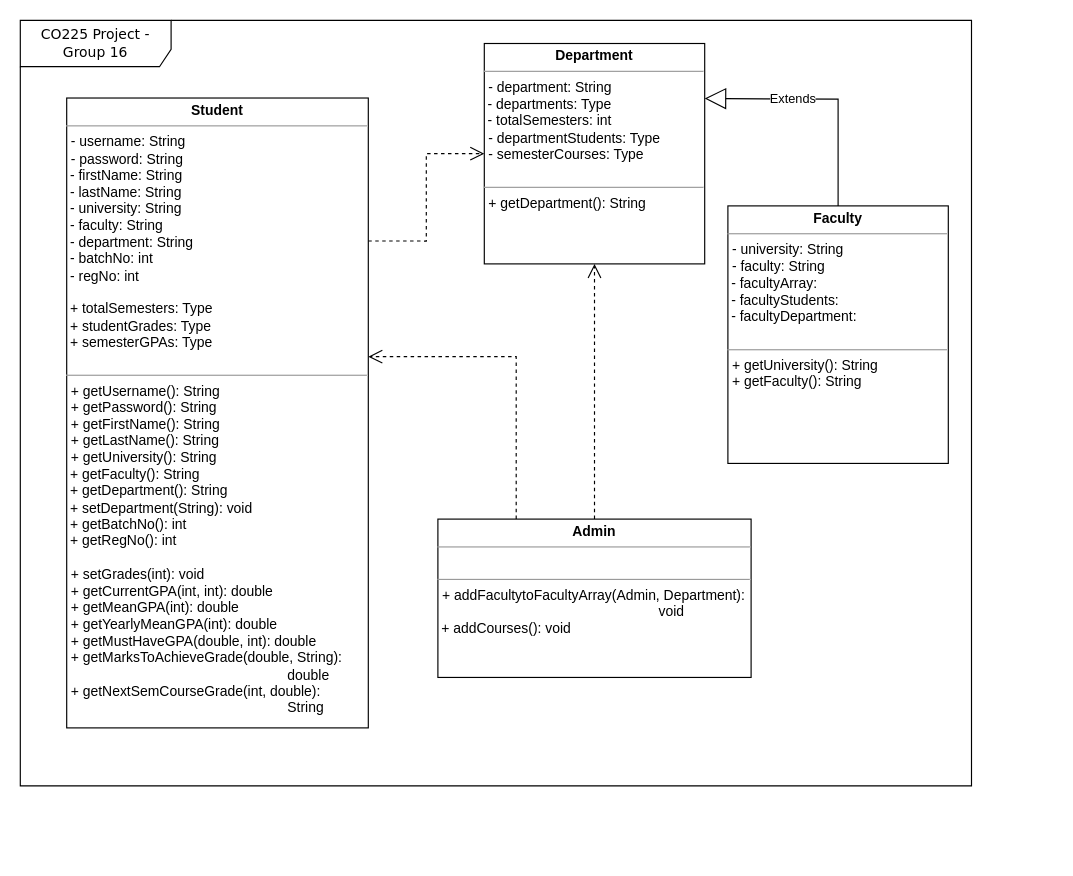
Before: CO225 UML Diagram.drawio in NipunDharmarathne/co225-project-group16, a draw.io diagram. Source tidied: cells renumbered, new cells numbered last; positions are measured from the earlier drawing's top-left corner, leaving out a move shared by most shapes. Both pictures are drawn from the tidied source at 116%, with x=0, y=0 at pixel (20, 20).
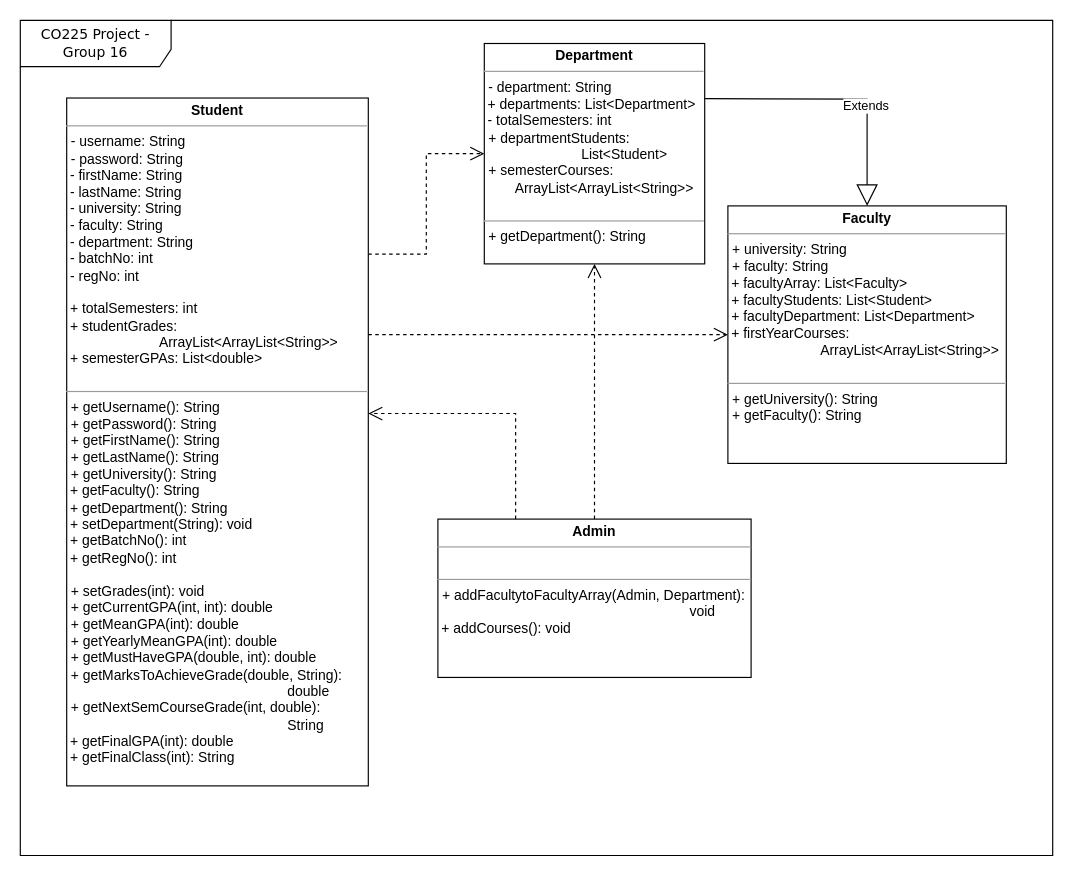
The same page after the edit.

Diff of the diagram source:
```diff
@@
     <mxCell id="2" value="&lt;font style=&quot;font-size: 12px&quot;&gt;CO225 Project - Group 16&lt;/font&gt;" style="shape=umlFrame;whiteSpace=wrap;html=1;rounded=0;shadow=0;comic=0;labelBackgroundColor=none;strokeWidth=1;fontFamily=Verdana;fontSize=10;align=center;width=130;height=40;" parent="1" vertex="1">
-      <mxGeometry width="820" height="660" as="geometry" />
+      <mxGeometry width="890" height="720" as="geometry" />
     </mxCell>
@@
-    <mxCell id="7" value="&lt;p style=&quot;margin: 0px ; margin-top: 4px ; text-align: center&quot;&gt;&lt;b&gt;Faculty&lt;/b&gt;&lt;/p&gt;&lt;hr size=&quot;1&quot;&gt;&lt;p style=&quot;margin: 0px ; margin-left: 4px&quot;&gt;- university: String&lt;br&gt;- faculty: String&lt;/p&gt;&amp;nbsp;- facultyArray:&amp;nbsp;&lt;br&gt;&amp;nbsp;- facultyStudents:&lt;br&gt;&amp;nbsp;- facultyDepartment:&amp;nbsp;&lt;br&gt;&lt;br&gt;&lt;hr size=&quot;1&quot;&gt;&lt;p style=&quot;margin: 0px ; margin-left: 4px&quot;&gt;+ getUniversity(): String&lt;br&gt;+ getFaculty(): String&lt;/p&gt;" style="verticalAlign=top;align=left;overflow=fill;fontSize=12;fontFamily=Helvetica;html=1;rounded=0;shadow=0;comic=0;labelBackgroundColor=none;strokeWidth=1;" parent="1" vertex="1">
-      <mxGeometry x="610" y="160" width="190" height="222" as="geometry" />
+    <mxCell id="7" value="&lt;p style=&quot;margin: 0px ; margin-top: 4px ; text-align: center&quot;&gt;&lt;b&gt;Faculty&lt;/b&gt;&lt;/p&gt;&lt;hr size=&quot;1&quot;&gt;&lt;p style=&quot;margin: 0px ; margin-left: 4px&quot;&gt;+ university: String&lt;br&gt;+ faculty: String&lt;/p&gt;&amp;nbsp;+ facultyArray:&amp;nbsp;List&amp;lt;Faculty&amp;gt;&lt;br&gt;&amp;nbsp;+ facultyStudents:&amp;nbsp;List&amp;lt;Student&amp;gt;&lt;br&gt;&amp;nbsp;+ facultyDepartment:&amp;nbsp;List&amp;lt;Department&amp;gt;&lt;br&gt;&amp;nbsp;+ firstYearCourses:&lt;br&gt;&lt;span style=&quot;white-space: pre&quot;&gt;&#9;&lt;/span&gt;&lt;span style=&quot;white-space: pre&quot;&gt;&#9;&lt;/span&gt;&lt;span style=&quot;white-space: pre&quot;&gt;&#9;&lt;/span&gt;ArrayList&amp;lt;ArrayList&amp;lt;String&amp;gt;&amp;gt;&lt;br&gt;&lt;br&gt;&lt;hr size=&quot;1&quot;&gt;&lt;p style=&quot;margin: 0px ; margin-left: 4px&quot;&gt;+ getUniversity(): String&lt;br&gt;+ getFaculty(): String&lt;/p&gt;" style="verticalAlign=top;align=left;overflow=fill;fontSize=12;fontFamily=Helvetica;html=1;rounded=0;shadow=0;comic=0;labelBackgroundColor=none;strokeWidth=1;" parent="1" vertex="1">
+      <mxGeometry x="610" y="160" width="240" height="222" as="geometry" />
     </mxCell>
@@
-    <mxCell id="9" value="&lt;p style=&quot;margin: 0px ; margin-top: 4px ; text-align: center&quot;&gt;&lt;b&gt;Department&lt;/b&gt;&lt;/p&gt;&lt;hr size=&quot;1&quot;&gt;&lt;p style=&quot;margin: 0px ; margin-left: 4px&quot;&gt;- department: String&lt;/p&gt;&amp;nbsp;- departments: Type&lt;br&gt;&amp;nbsp;- totalSemesters: int&lt;p style=&quot;margin: 0px ; margin-left: 4px&quot;&gt;- departmentStudents: Type&lt;br&gt;- semesterCourses: Type&lt;/p&gt;&lt;p style=&quot;margin: 0px ; margin-left: 4px&quot;&gt;&lt;br&gt;&lt;/p&gt;&lt;hr size=&quot;1&quot;&gt;&lt;p style=&quot;margin: 0px ; margin-left: 4px&quot;&gt;+ getDepartment(): String&lt;/p&gt;&lt;p style=&quot;margin: 0px ; margin-left: 4px&quot;&gt;&lt;br&gt;&lt;/p&gt;" style="verticalAlign=top;align=left;overflow=fill;fontSize=12;fontFamily=Helvetica;html=1;rounded=0;shadow=0;comic=0;labelBackgroundColor=none;strokeWidth=1;" parent="1" vertex="1">
+    <mxCell id="9" value="&lt;p style=&quot;margin: 0px ; margin-top: 4px ; text-align: center&quot;&gt;&lt;b&gt;Department&lt;/b&gt;&lt;/p&gt;&lt;hr size=&quot;1&quot;&gt;&lt;p style=&quot;margin: 0px ; margin-left: 4px&quot;&gt;- department: String&lt;/p&gt;&amp;nbsp;+ departments: List&amp;lt;Department&amp;gt;&lt;br&gt;&amp;nbsp;- totalSemesters: int&lt;p style=&quot;margin: 0px ; margin-left: 4px&quot;&gt;+ departmentStudents:&amp;nbsp;&lt;/p&gt;&lt;p style=&quot;margin: 0px ; margin-left: 4px&quot;&gt;&lt;span&gt;&#9;&lt;/span&gt;&lt;span&gt;&#9;&lt;/span&gt;&lt;span style=&quot;white-space: pre&quot;&gt;&#9;&lt;/span&gt;&lt;span style=&quot;white-space: pre&quot;&gt;&#9;&lt;/span&gt;&lt;span style=&quot;white-space: pre&quot;&gt;&#9;&lt;/span&gt;List&amp;lt;Student&amp;gt;&lt;br&gt;+ semesterCourses:&amp;nbsp;&lt;/p&gt;&lt;p style=&quot;margin: 0px ; margin-left: 4px&quot;&gt;&lt;/p&gt;&lt;span style=&quot;white-space: pre&quot;&gt;&#9;&lt;/span&gt;ArrayList&amp;lt;ArrayList&amp;lt;String&amp;gt;&amp;gt;&lt;p style=&quot;margin: 0px ; margin-left: 4px&quot;&gt;&lt;br&gt;&lt;/p&gt;&lt;hr size=&quot;1&quot;&gt;&lt;p style=&quot;margin: 0px ; margin-left: 4px&quot;&gt;+ getDepartment(): String&lt;/p&gt;&lt;p style=&quot;margin: 0px ; margin-left: 4px&quot;&gt;&lt;br&gt;&lt;/p&gt;" style="verticalAlign=top;align=left;overflow=fill;fontSize=12;fontFamily=Helvetica;html=1;rounded=0;shadow=0;comic=0;labelBackgroundColor=none;strokeWidth=1;" parent="1" vertex="1">
       <mxGeometry x="400" y="20" width="190" height="190" as="geometry" />
     </mxCell>
-    <mxCell id="10" value="&lt;p style=&quot;margin: 0px ; margin-top: 4px ; text-align: center&quot;&gt;&lt;b&gt;Student&lt;/b&gt;&lt;/p&gt;&lt;hr size=&quot;1&quot;&gt;&lt;p style=&quot;margin: 0px ; margin-left: 4px&quot;&gt;- username: String&lt;br&gt;- password: String&amp;nbsp;&lt;/p&gt;&amp;nbsp;- firstName: String&lt;br&gt;&amp;nbsp;- lastName: String&lt;br&gt;&amp;nbsp;- university: String&lt;br&gt;&amp;nbsp;- faculty: String&lt;br&gt;&amp;nbsp;- department: String&lt;br&gt;&amp;nbsp;- batchNo: int&lt;br&gt;&amp;nbsp;- regNo: int&lt;br&gt;&lt;br&gt;&amp;nbsp;+ totalSemesters: Type &lt;br&gt;&amp;nbsp;+ studentGrades: Type &lt;br&gt;&amp;nbsp;+ semesterGPAs: Type&lt;br&gt;&lt;br&gt;&lt;hr size=&quot;1&quot;&gt;&lt;p style=&quot;margin: 0px ; margin-left: 4px&quot;&gt;+ getUsername(): String&lt;/p&gt;&lt;p style=&quot;margin: 0px ; margin-left: 4px&quot;&gt;+ getPassword(): String&lt;br&gt;&lt;/p&gt;&lt;p style=&quot;margin: 0px ; margin-left: 4px&quot;&gt;+ getFirstName(): String&lt;br&gt;&lt;/p&gt;&lt;p style=&quot;margin: 0px ; margin-left: 4px&quot;&gt;+ getLastName(): String&lt;br&gt;&lt;/p&gt;&lt;p style=&quot;margin: 0px ; margin-left: 4px&quot;&gt;+ getUniversity(): String&lt;br&gt;&lt;/p&gt;&amp;nbsp;+ getFaculty(): String&lt;br&gt;&amp;nbsp;+ getDepartment(): String&lt;br&gt;&amp;nbsp;+ setDepartment(String): void&lt;br&gt;&amp;nbsp;+ getBatchNo(): int&lt;br&gt;&amp;nbsp;+ getRegNo(): int&lt;br&gt;&lt;br&gt;&lt;p style=&quot;margin: 0px ; margin-left: 4px&quot;&gt;+ setGrades(int): void&lt;/p&gt;&lt;p style=&quot;margin: 0px ; margin-left: 4px&quot;&gt;+ getCurrentGPA(int, int): double&lt;br&gt;&lt;/p&gt;&lt;p style=&quot;margin: 0px ; margin-left: 4px&quot;&gt;+ getMeanGPA(int): double&lt;/p&gt;&lt;p style=&quot;margin: 0px ; margin-left: 4px&quot;&gt;+ getYearlyMeanGPA(int): double&lt;br&gt;+ getMustHaveGPA(double, int): double&lt;/p&gt;&lt;p style=&quot;margin: 0px ; margin-left: 4px&quot;&gt;+ getMarksToAchieveGrade(double, String):&amp;nbsp;&lt;/p&gt;&lt;p style=&quot;margin: 0px ; margin-left: 4px&quot;&gt;&lt;span style=&quot;white-space: pre&quot;&gt;&#9;&lt;/span&gt;&lt;span style=&quot;white-space: pre&quot;&gt;&#9;&lt;/span&gt;&lt;span style=&quot;white-space: pre&quot;&gt;&#9;&lt;span style=&quot;white-space: pre&quot;&gt;&#9;&lt;/span&gt;&lt;span style=&quot;white-space: pre&quot;&gt;&#9;&lt;/span&gt;&lt;span style=&quot;white-space: pre&quot;&gt;&#9;&lt;/span&gt;&lt;span style=&quot;white-space: pre&quot;&gt;&#9;&lt;/span&gt;&lt;/span&gt;double&lt;br&gt;&lt;/p&gt;&lt;p style=&quot;margin: 0px ; margin-left: 4px&quot;&gt;+ getNextSemCourseGrade(int, double):&amp;nbsp;&lt;/p&gt;&lt;p style=&quot;margin: 0px ; margin-left: 4px&quot;&gt;&lt;span style=&quot;white-space: pre&quot;&gt;&#9;&lt;/span&gt;&lt;span style=&quot;white-space: pre&quot;&gt;&#9;&lt;/span&gt;&lt;span style=&quot;white-space: pre&quot;&gt;&#9;&lt;span style=&quot;white-space: pre&quot;&gt;&#9;&lt;/span&gt;&lt;span style=&quot;white-space: pre&quot;&gt;&#9;&lt;/span&gt;&lt;span style=&quot;white-space: pre&quot;&gt;&#9;&lt;/span&gt;&lt;span style=&quot;white-space: pre&quot;&gt;&#9;&lt;/span&gt;&lt;/span&gt;String&lt;br&gt;&lt;/p&gt;" style="verticalAlign=top;align=left;overflow=fill;fontSize=12;fontFamily=Helvetica;html=1;rounded=0;shadow=0;comic=0;labelBackgroundColor=none;strokeWidth=1;" parent="1" vertex="1">
-      <mxGeometry x="40" y="67" width="260" height="543" as="geometry" />
+    <mxCell id="10" value="&lt;p style=&quot;margin: 0px ; margin-top: 4px ; text-align: center&quot;&gt;&lt;b&gt;Student&lt;/b&gt;&lt;/p&gt;&lt;hr size=&quot;1&quot;&gt;&lt;p style=&quot;margin: 0px ; margin-left: 4px&quot;&gt;- username: String&lt;br&gt;- password: String&amp;nbsp;&lt;/p&gt;&amp;nbsp;- firstName: String&lt;br&gt;&amp;nbsp;- lastName: String&lt;br&gt;&amp;nbsp;- university: String&lt;br&gt;&amp;nbsp;- faculty: String&lt;br&gt;&amp;nbsp;- department: String&lt;br&gt;&amp;nbsp;- batchNo: int&lt;br&gt;&amp;nbsp;- regNo: int&lt;br&gt;&lt;br&gt;&amp;nbsp;+ totalSemesters: int&lt;br&gt;&amp;nbsp;+ studentGrades: &lt;br&gt;&lt;span&gt;&#9;&lt;/span&gt;&lt;span&gt;&#9;&lt;/span&gt;&lt;span&gt;&#9;&lt;/span&gt;&lt;span style=&quot;white-space: pre&quot;&gt;&#9;&lt;/span&gt;&lt;span style=&quot;white-space: pre&quot;&gt;&#9;&lt;/span&gt;&lt;span style=&quot;white-space: pre&quot;&gt;&#9;&lt;/span&gt;ArrayList&amp;lt;ArrayList&amp;lt;String&amp;gt;&amp;gt; &lt;br&gt;&amp;nbsp;+ semesterGPAs: List&amp;lt;double&amp;gt;&lt;br&gt;&lt;br&gt;&lt;hr size=&quot;1&quot;&gt;&lt;p style=&quot;margin: 0px ; margin-left: 4px&quot;&gt;+ getUsername(): String&lt;/p&gt;&lt;p style=&quot;margin: 0px ; margin-left: 4px&quot;&gt;+ getPassword(): String&lt;br&gt;&lt;/p&gt;&lt;p style=&quot;margin: 0px ; margin-left: 4px&quot;&gt;+ getFirstName(): String&lt;br&gt;&lt;/p&gt;&lt;p style=&quot;margin: 0px ; margin-left: 4px&quot;&gt;+ getLastName(): String&lt;br&gt;&lt;/p&gt;&lt;p style=&quot;margin: 0px ; margin-left: 4px&quot;&gt;+ getUniversity(): String&lt;br&gt;&lt;/p&gt;&amp;nbsp;+ getFaculty(): String&lt;br&gt;&amp;nbsp;+ getDepartment(): String&lt;br&gt;&amp;nbsp;+ setDepartment(String): void&lt;br&gt;&amp;nbsp;+ getBatchNo(): int&lt;br&gt;&amp;nbsp;+ getRegNo(): int&lt;br&gt;&lt;br&gt;&lt;p style=&quot;margin: 0px ; margin-left: 4px&quot;&gt;+ setGrades(int): void&lt;/p&gt;&lt;p style=&quot;margin: 0px ; margin-left: 4px&quot;&gt;+ getCurrentGPA(int, int): double&lt;br&gt;&lt;/p&gt;&lt;p style=&quot;margin: 0px ; margin-left: 4px&quot;&gt;+ getMeanGPA(int): double&lt;/p&gt;&lt;p style=&quot;margin: 0px ; margin-left: 4px&quot;&gt;+ getYearlyMeanGPA(int): double&lt;br&gt;+ getMustHaveGPA(double, int): double&lt;/p&gt;&lt;p style=&quot;margin: 0px ; margin-left: 4px&quot;&gt;+ getMarksToAchieveGrade(double, String):&amp;nbsp;&lt;/p&gt;&lt;p style=&quot;margin: 0px ; margin-left: 4px&quot;&gt;&lt;span&gt;&#9;&lt;/span&gt;&lt;span&gt;&#9;&lt;/span&gt;&lt;span&gt;&#9;&lt;span&gt;&#9;&lt;/span&gt;&lt;span&gt;&#9;&lt;/span&gt;&lt;span&gt;&#9;&lt;/span&gt;&lt;span&gt;&#9;&lt;/span&gt;&lt;/span&gt;&lt;span&gt;&#9;&lt;/span&gt;&lt;span&gt;&#9;&lt;/span&gt;&lt;span&gt;&#9;&lt;/span&gt;&lt;span&gt;&#9;&lt;/span&gt;&lt;span&gt;&#9;&lt;/span&gt;&lt;span&gt;&#9;&lt;/span&gt;&lt;span&gt;&#9;&lt;/span&gt;&lt;span&gt;&#9;&lt;/span&gt;&lt;span style=&quot;white-space: pre&quot;&gt;&#9;&lt;/span&gt;&lt;span style=&quot;white-space: pre&quot;&gt;&#9;&lt;/span&gt;&lt;span style=&quot;white-space: pre&quot;&gt;&#9;&lt;/span&gt;&lt;span style=&quot;white-space: pre&quot;&gt;&#9;&lt;/span&gt;&lt;span style=&quot;white-space: pre&quot;&gt;&#9;&lt;/span&gt;&lt;span style=&quot;white-space: pre&quot;&gt;&#9;&lt;/span&gt;&lt;span style=&quot;white-space: pre&quot;&gt;&#9;&lt;/span&gt;double&lt;br&gt;&lt;/p&gt;&lt;p style=&quot;margin: 0px ; margin-left: 4px&quot;&gt;+ getNextSemCourseGrade(int, double):&amp;nbsp;&lt;/p&gt;&lt;p style=&quot;margin: 0px ; margin-left: 4px&quot;&gt;&lt;span&gt;&#9;&lt;/span&gt;&lt;span&gt;&#9;&lt;/span&gt;&lt;span&gt;&#9;&lt;span&gt;&#9;&lt;/span&gt;&lt;span&gt;&#9;&lt;/span&gt;&lt;span&gt;&#9;&lt;/span&gt;&lt;span&gt;&#9;&lt;/span&gt;&lt;/span&gt;&lt;span&gt;&#9;&lt;/span&gt;&lt;span&gt;&#9;&lt;/span&gt;&lt;span&gt;&#9;&lt;/span&gt;&lt;span&gt;&#9;&lt;/span&gt;&lt;span&gt;&#9;&lt;/span&gt;&lt;span&gt;&#9;&lt;/span&gt;&lt;span&gt;&#9;&lt;/span&gt;&lt;span&gt;&#9;&lt;/span&gt;&lt;span style=&quot;white-space: pre&quot;&gt;&#9;&lt;/span&gt;&lt;span style=&quot;white-space: pre&quot;&gt;&#9;&lt;/span&gt;&lt;span style=&quot;white-space: pre&quot;&gt;&#9;&lt;/span&gt;&lt;span style=&quot;white-space: pre&quot;&gt;&#9;&lt;/span&gt;&lt;span style=&quot;white-space: pre&quot;&gt;&#9;&lt;/span&gt;&lt;span style=&quot;white-space: pre&quot;&gt;&#9;&lt;/span&gt;&lt;span style=&quot;white-space: pre&quot;&gt;&#9;&lt;/span&gt;String&lt;br&gt;&lt;/p&gt;&amp;nbsp;+ getFinalGPA(int): double&lt;br&gt;&amp;nbsp;+ getFinalClass(int): String" style="verticalAlign=top;align=left;overflow=fill;fontSize=12;fontFamily=Helvetica;html=1;rounded=0;shadow=0;comic=0;labelBackgroundColor=none;strokeWidth=1;" parent="1" vertex="1">
+      <mxGeometry x="40" y="67" width="260" height="593" as="geometry" />
     </mxCell>
-    <mxCell id="11" value="&lt;p style=&quot;margin: 0px ; margin-top: 4px ; text-align: center&quot;&gt;&lt;b&gt;Admin&lt;/b&gt;&lt;/p&gt;&lt;hr size=&quot;1&quot;&gt;&lt;p style=&quot;margin: 0px ; margin-left: 4px&quot;&gt;&lt;br&gt;&lt;/p&gt;&lt;hr size=&quot;1&quot;&gt;&lt;p style=&quot;margin: 0px ; margin-left: 4px&quot;&gt;+ addFacultytoFacultyArray(Admin, Department):&amp;nbsp;&lt;/p&gt;&lt;p style=&quot;margin: 0px ; margin-left: 4px&quot;&gt;&lt;span style=&quot;white-space: pre&quot;&gt;&#9;&lt;/span&gt;&lt;span style=&quot;white-space: pre&quot;&gt;&#9;&lt;/span&gt;&lt;span style=&quot;white-space: pre&quot;&gt;&#9;&lt;/span&gt;&lt;span style=&quot;white-space: pre&quot;&gt;&#9;&lt;/span&gt;&lt;span style=&quot;white-space: pre&quot;&gt;&#9;&lt;/span&gt;&lt;span style=&quot;white-space: pre&quot;&gt;&#9;&lt;/span&gt;&lt;span style=&quot;white-space: pre&quot;&gt;&#9;&lt;/span&gt;void&lt;/p&gt;&amp;nbsp;+ addCourses(): void" style="verticalAlign=top;align=left;overflow=fill;fontSize=12;fontFamily=Helvetica;html=1;rounded=0;shadow=0;comic=0;labelBackgroundColor=none;strokeWidth=1;" parent="1" vertex="1">
+    <mxCell id="11" value="&lt;p style=&quot;margin: 0px ; margin-top: 4px ; text-align: center&quot;&gt;&lt;b&gt;Admin&lt;/b&gt;&lt;/p&gt;&lt;hr size=&quot;1&quot;&gt;&lt;p style=&quot;margin: 0px ; margin-left: 4px&quot;&gt;&lt;br&gt;&lt;/p&gt;&lt;hr size=&quot;1&quot;&gt;&lt;p style=&quot;margin: 0px ; margin-left: 4px&quot;&gt;+ addFacultytoFacultyArray(Admin, Department):&amp;nbsp;&lt;/p&gt;&lt;p style=&quot;margin: 0px ; margin-left: 4px&quot;&gt;&lt;span style=&quot;white-space: pre&quot;&gt;&#9;&lt;/span&gt;&lt;span style=&quot;white-space: pre&quot;&gt;&#9;&lt;/span&gt;&lt;span style=&quot;white-space: pre&quot;&gt;&#9;&lt;/span&gt;&lt;span style=&quot;white-space: pre&quot;&gt;&#9;&lt;/span&gt;&lt;span style=&quot;white-space: pre&quot;&gt;&#9;&lt;/span&gt;&lt;span style=&quot;white-space: pre&quot;&gt;&#9;&lt;/span&gt;&lt;span style=&quot;white-space: pre&quot;&gt;&#9;&lt;span style=&quot;white-space: pre&quot;&gt;&#9;&lt;/span&gt;&lt;/span&gt;void&lt;/p&gt;&amp;nbsp;+ addCourses(): void" style="verticalAlign=top;align=left;overflow=fill;fontSize=12;fontFamily=Helvetica;html=1;rounded=0;shadow=0;comic=0;labelBackgroundColor=none;strokeWidth=1;" parent="1" vertex="1">
       <mxGeometry x="360" y="430" width="270" height="136.5" as="geometry" />
     </mxCell>
-    <mxCell id="12" value="Extends" style="endArrow=block;endSize=16;endFill=0;html=1;rounded=0;exitX=0.5;exitY=0;exitDx=0;exitDy=0;entryX=1;entryY=0.25;entryDx=0;entryDy=0;" parent="1" edge="1" source="7" target="9">
+    <mxCell id="12" value="Extends" style="endArrow=block;endSize=16;endFill=0;html=1;rounded=0;exitX=1;exitY=0.25;exitDx=0;exitDy=0;entryX=0.5;entryY=0;entryDx=0;entryDy=0;" parent="1" edge="1" source="9" target="7">
       <mxGeometry x="0.26" relative="1" as="geometry">
         <Array as="points">
-          <mxPoint x="705" y="68" />
+          <mxPoint x="730" y="68" />
         </Array>
         <mxPoint x="-1" as="offset" />
       </mxGeometry>
     </mxCell>
-    <mxCell id="13" style="edgeStyle=orthogonalEdgeStyle;rounded=0;html=1;dashed=1;labelBackgroundColor=none;startFill=0;endArrow=open;endFill=0;endSize=10;fontFamily=Verdana;fontSize=10;exitX=0.25;exitY=0;exitDx=0;exitDy=0;" parent="1" edge="1" source="11" target="10">
+    <mxCell id="13" style="edgeStyle=orthogonalEdgeStyle;rounded=0;html=1;dashed=1;labelBackgroundColor=none;startFill=0;endArrow=open;endFill=0;endSize=10;fontFamily=Verdana;fontSize=10;" parent="1" edge="1" source="11" target="10">
       <mxGeometry relative="1" as="geometry">
         <Array as="points">
-          <mxPoint x="427" y="290" />
+          <mxPoint x="427" y="339" />
         </Array>
       </mxGeometry>
     </mxCell>
+    <mxCell id="14" style="edgeStyle=orthogonalEdgeStyle;rounded=0;html=1;dashed=1;labelBackgroundColor=none;startFill=0;endArrow=open;endFill=0;endSize=10;fontFamily=Verdana;fontSize=10;" parent="1" edge="1" source="10" target="7">
+      <mxGeometry relative="1" as="geometry">
+        <Array as="points">
+          <mxPoint x="380" y="271" />
+          <mxPoint x="380" y="271" />
+        </Array>
+      </mxGeometry>
+    </mxCell>
```
